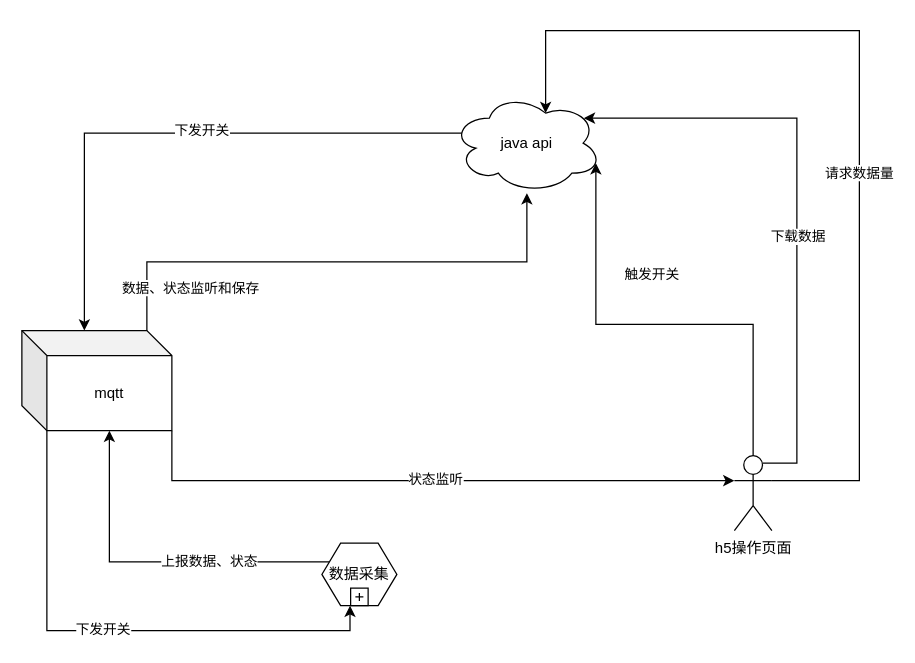
The draw.io diagram Untitled Diagram.drawio in a83988029/data_collect_arch, before the edit. Source tidied: cells renumbered, new cells numbered last; positions are measured from the earlier drawing's top-left corner, leaving out a move shared by most shapes. Both pictures are drawn from the tidied source at 125%, with x=0, y=0 at pixel (21, 30).
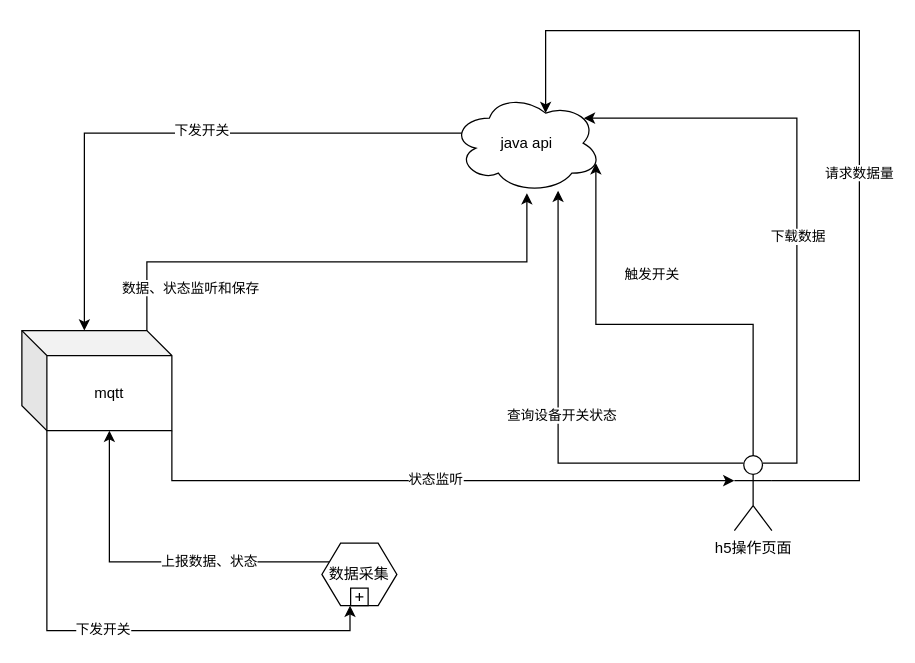
After the change.

The change refers to these unchanged cells:
```xml
<mxCell id="4" value="java api" style="ellipse;shape=cloud;whiteSpace=wrap;html=1;" parent="1" vertex="1">
  <mxGeometry x="344" y="50" width="120" height="80" as="geometry" />
</mxCell>
<mxCell id="18" value="h5操作页面" style="shape=umlActor;verticalLabelPosition=bottom;verticalAlign=top;html=1;outlineConnect=0;" parent="1" vertex="1">
  <mxGeometry x="570" y="340" width="30" height="60" as="geometry" />
</mxCell>
```

The edit, as a diff of the source:
```diff
@@
+    <mxCell id="23" style="edgeStyle=orthogonalEdgeStyle;rounded=0;jettySize=auto;html=1;exitX=0.25;exitY=0.1;exitDx=0;exitDy=0;exitPerimeter=0;entryX=0.708;entryY=0.975;entryDx=0;entryDy=0;entryPerimeter=0;" parent="1" edge="1" source="18" target="4">
+      <mxGeometry relative="1" as="geometry" />
+    </mxCell>
+    <mxCell id="24" value="查询设备开关状态" style="edgeLabel;html=1;align=center;verticalAlign=middle;" parent="23" vertex="1">
+      <mxGeometry x="-0.2" y="-39" relative="1" as="geometry">
+        <mxPoint x="1" as="offset" />
+      </mxGeometry>
+    </mxCell>
```
